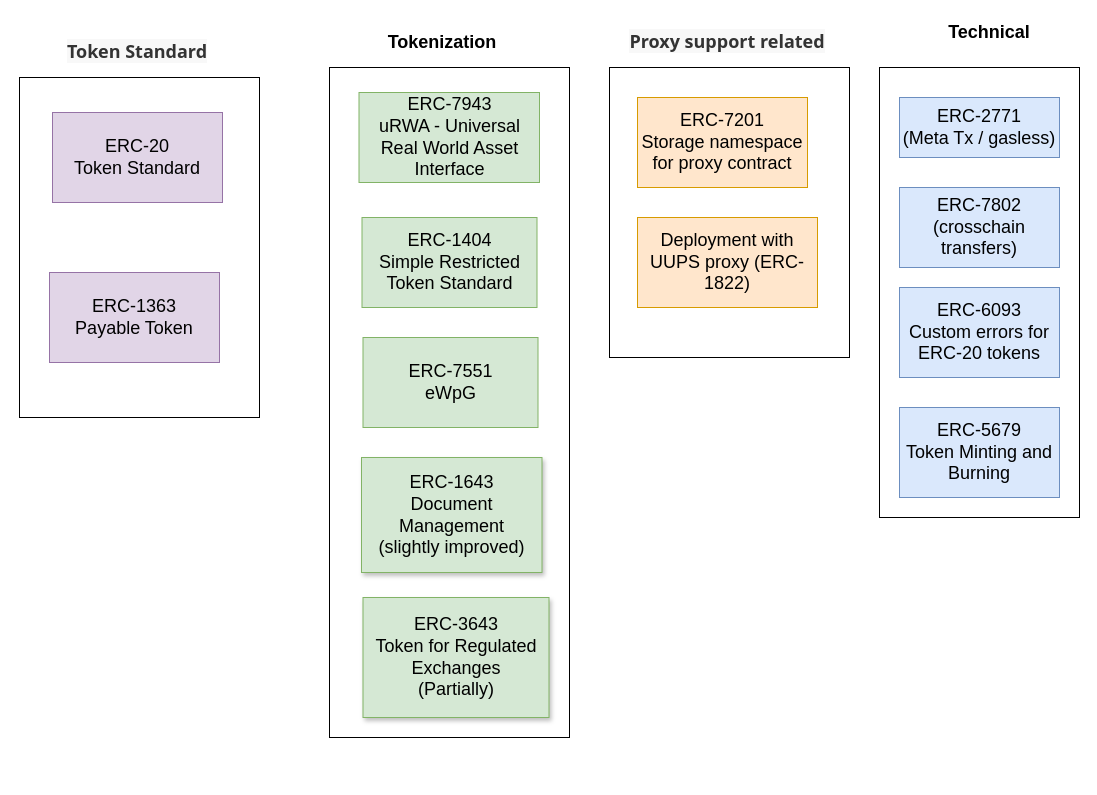
Before: page "ERC-simplified" (2 of 6) of doc/schema/drawio/architecture.drawio in CMTA/CMTAT, a draw.io diagram. Source tidied: cells renumbered, new cells numbered last; positions are measured from the earlier drawing's top-left corner, leaving out a move shared by most shapes. Both pictures are drawn from the tidied source at 100%, with x=0, y=0 at pixel (19, 17).
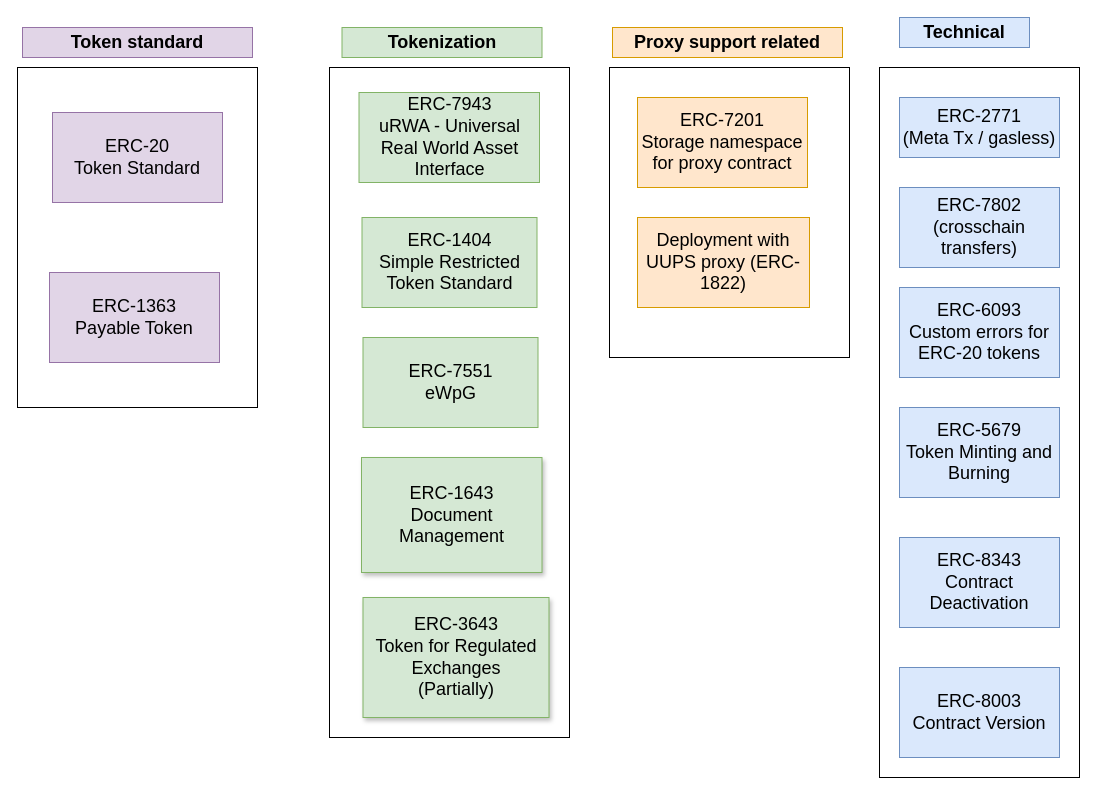
Above is the later version.

What changed in the source:
```diff
@@
-    <mxCell id="3" value="Tokenization" style="text;html=1;strokeColor=none;fillColor=none;align=center;verticalAlign=middle;whiteSpace=wrap;rounded=0;fontStyle=1;fontSize=18;" parent="1" vertex="1">
+    <mxCell id="3" value="Tokenization" style="text;html=1;strokeColor=#82b366;fillColor=#d5e8d4;align=center;verticalAlign=middle;whiteSpace=wrap;rounded=0;fontStyle=1;fontSize=18;" parent="1" vertex="1">
       <mxGeometry x="322.5" y="10" width="200" height="30" as="geometry" />
     </mxCell>
@@
-    <mxCell id="5" value="&lt;strong style=&quot;box-sizing: border-box; color: rgb(51, 51, 51); font-family: &amp;quot;Open Sans&amp;quot;, &amp;quot;Clear Sans&amp;quot;, &amp;quot;Helvetica Neue&amp;quot;, Helvetica, Arial, &amp;quot;Segoe UI Emoji&amp;quot;, sans-serif; font-size: 18px; text-align: left; background-color: rgb(248, 248, 248);&quot;&gt;&lt;span style=&quot;box-sizing: border-box; font-size: 18px;&quot; class=&quot;md-plain&quot;&gt;Proxy support related&lt;/span&gt;&lt;/strong&gt;" style="text;html=1;strokeColor=none;fillColor=none;align=center;verticalAlign=middle;whiteSpace=wrap;rounded=0;fontSize=18;" parent="1" vertex="1">
+    <mxCell id="5" value="&lt;div style=&quot;text-align: center;&quot;&gt;&lt;b&gt;Proxy support related&lt;/b&gt;&lt;/div&gt;" style="text;html=1;strokeColor=#d79b00;fillColor=#ffe6cc;align=center;verticalAlign=middle;whiteSpace=wrap;rounded=0;fontSize=18;" parent="1" vertex="1">
       <mxGeometry x="593" y="10" width="230" height="30" as="geometry" />
     </mxCell>
@@
     <mxCell id="7" style="rounded=0;whiteSpace=wrap;html=1;fontSize=18;" parent="1" vertex="1">
-      <mxGeometry x="860" y="50" width="200" height="450" as="geometry" />
+      <mxGeometry x="860" y="50" width="200" height="710" as="geometry" />
     </mxCell>
-    <mxCell id="8" value="Technical" style="text;html=1;strokeColor=none;fillColor=none;align=center;verticalAlign=middle;whiteSpace=wrap;rounded=0;fontSize=18;fontStyle=1;" parent="1" vertex="1">
-      <mxGeometry x="940" width="60" height="30" as="geometry" />
+    <mxCell id="8" value="Technical" style="text;html=1;strokeColor=#6c8ebf;fillColor=#dae8fc;align=center;verticalAlign=middle;whiteSpace=wrap;rounded=0;fontSize=18;fontStyle=1;" parent="1" vertex="1">
+      <mxGeometry x="880" width="130" height="30" as="geometry" />
     </mxCell>
@@
     <mxCell id="12" value="Deployment with UUPS proxy (ERC-1822)" style="rounded=0;whiteSpace=wrap;html=1;fontSize=18;fillColor=#ffe6cc;strokeColor=#d79b00;" parent="1" vertex="1">
-      <mxGeometry x="618" y="200" width="180" height="90" as="geometry" />
+      <mxGeometry x="618" y="200" width="172" height="90" as="geometry" />
     </mxCell>
@@
     <mxCell id="14" style="rounded=0;whiteSpace=wrap;html=1;fontSize=18;" parent="1" vertex="1">
-      <mxGeometry y="60" width="240" height="340" as="geometry" />
+      <mxGeometry x="-2" y="50" width="240" height="340" as="geometry" />
     </mxCell>
-    <mxCell id="15" value="&lt;strong style=&quot;box-sizing: border-box; color: rgb(51, 51, 51); font-family: &amp;quot;Open Sans&amp;quot;, &amp;quot;Clear Sans&amp;quot;, &amp;quot;Helvetica Neue&amp;quot;, Helvetica, Arial, &amp;quot;Segoe UI Emoji&amp;quot;, sans-serif; font-size: 18px; text-align: left; background-color: rgb(248, 248, 248);&quot;&gt;&lt;span style=&quot;box-sizing: border-box; font-size: 18px;&quot; class=&quot;md-plain&quot;&gt;Token Standard&lt;/span&gt;&lt;/strong&gt;" style="text;html=1;strokeColor=none;fillColor=none;align=center;verticalAlign=middle;whiteSpace=wrap;rounded=0;fontSize=18;" parent="1" vertex="1">
-      <mxGeometry x="3" y="20" width="230" height="30" as="geometry" />
+    <mxCell id="15" value="&lt;span style=&quot;font-weight: 700;&quot;&gt;Token standard&lt;/span&gt;" style="text;html=1;strokeColor=#9673a6;fillColor=#e1d5e7;align=center;verticalAlign=middle;whiteSpace=wrap;rounded=0;fontSize=18;" parent="1" vertex="1">
+      <mxGeometry x="3" y="10" width="230" height="30" as="geometry" />
     </mxCell>
@@
-    <mxCell id="18" value="&lt;span style=&quot;font-size: 18px;&quot;&gt;ERC-1643&lt;/span&gt;&lt;br style=&quot;font-size: 18px;&quot;&gt;&lt;span style=&quot;font-size: 18px;&quot;&gt;Document Management&lt;/span&gt;&lt;br style=&quot;font-size: 18px;&quot;&gt;&lt;span style=&quot;font-size: 18px;&quot;&gt;(slightly improved)&lt;/span&gt;" style="rounded=0;whiteSpace=wrap;html=1;glass=0;sketch=0;shadow=1;fillColor=#d5e8d4;strokeColor=#82b366;" parent="1" vertex="1">
+    <mxCell id="18" value="&lt;span style=&quot;font-size: 18px;&quot;&gt;ERC-1643&lt;/span&gt;&lt;br style=&quot;font-size: 18px;&quot;&gt;&lt;span style=&quot;font-size: 18px;&quot;&gt;Document Management&lt;/span&gt;" style="rounded=0;whiteSpace=wrap;html=1;glass=0;sketch=0;shadow=1;fillColor=#d5e8d4;strokeColor=#82b366;" parent="1" vertex="1">
       <mxGeometry x="342" y="440" width="180.5" height="115" as="geometry" />
     </mxCell>
@@
+    <mxCell id="23" value="ERC-8343&lt;br&gt;Contract Deactivation" style="rounded=0;whiteSpace=wrap;html=1;fontSize=18;fillColor=#dae8fc;strokeColor=#6c8ebf;" parent="1" vertex="1">
+      <mxGeometry x="880" y="520" width="160" height="90" as="geometry" />
+    </mxCell>
+    <mxCell id="24" value="ERC-8003&lt;br&gt;Contract Version" style="rounded=0;whiteSpace=wrap;html=1;fontSize=18;fillColor=#dae8fc;strokeColor=#6c8ebf;" parent="1" vertex="1">
+      <mxGeometry x="880" y="650" width="160" height="90" as="geometry" />
+    </mxCell>
```
